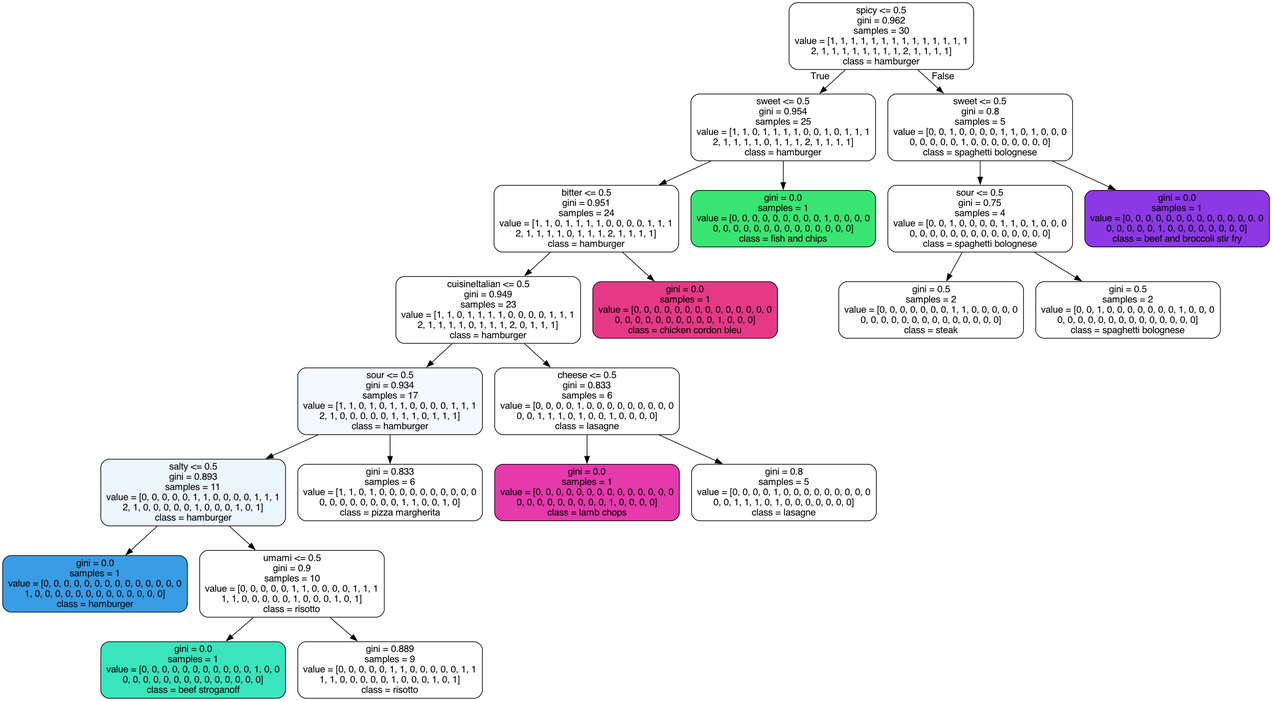
Earlier version of the Graphviz export iris_tree.png (PawelManczak/Food-Akinator). Its source is kept beside it as iris_tree.dot.
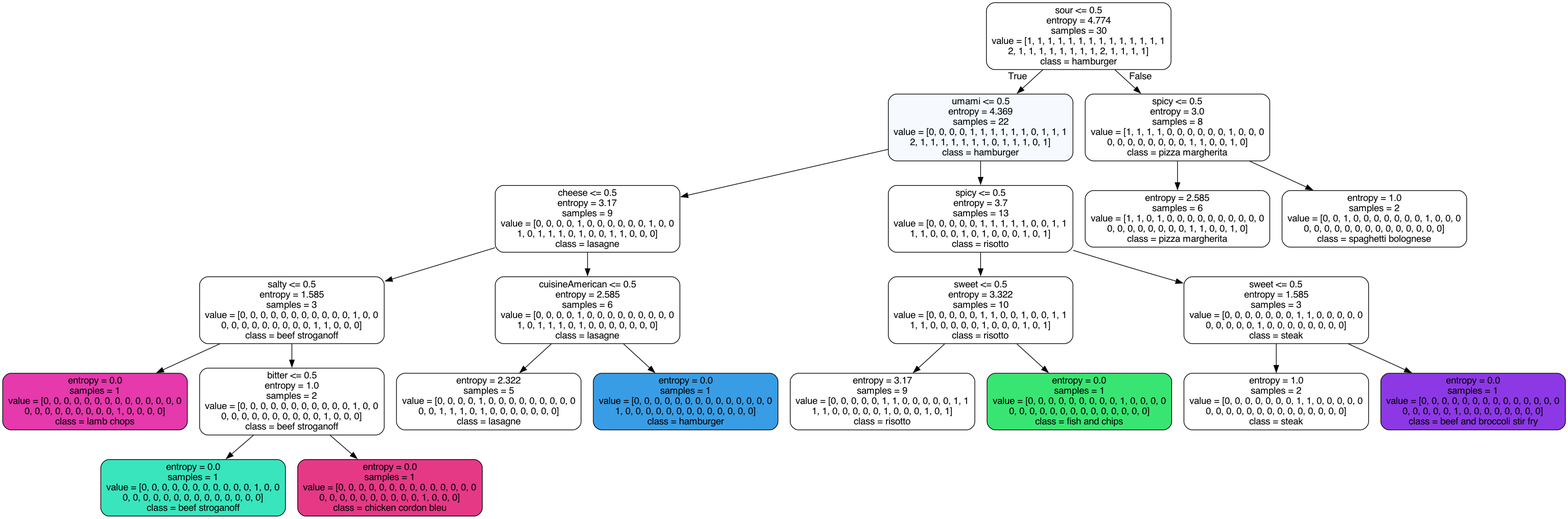
After the commit.

Commit message:
added entropy indicator

The edit, as a diff of the source:
```diff
@@ -1,45 +1,45 @@
 digraph Tree {
 node [shape=box, style="filled, rounded", color="black", fontname="helvetica"] ;
 edge [fontname="helvetica"] ;
-0 [label="spicy <= 0.5\ngini = 0.962\nsamples = 30\nvalue = [1, 1, 1, 1, 1, 1, 1, 1, 1, 1, 1, 1, 1, 1\n2, 1, 1, 1, 1, 1, 1, 1, 1, 2, 1, 1, 1, 1]\nclass = hamburger", fillcolor="#ffffff"] ;
-1 [label="sweet <= 0.5\ngini = 0.954\nsamples = 25\nvalue = [1, 1, 0, 1, 1, 1, 1, 0, 0, 1, 0, 1, 1, 1\n2, 1, 1, 1, 1, 0, 1, 1, 1, 2, 1, 1, 1, 1]\nclass = hamburger", fillcolor="#ffffff"] ;
+0 [label="sour <= 0.5\nentropy = 4.774\nsamples = 30\nvalue = [1, 1, 1, 1, 1, 1, 1, 1, 1, 1, 1, 1, 1, 1\n2, 1, 1, 1, 1, 1, 1, 1, 1, 2, 1, 1, 1, 1]\nclass = hamburger", fillcolor="#ffffff"] ;
+1 [label="umami <= 0.5\nentropy = 4.369\nsamples = 22\nvalue = [0, 0, 0, 0, 1, 1, 1, 1, 1, 1, 0, 1, 1, 1\n2, 1, 1, 1, 1, 1, 1, 1, 0, 1, 1, 1, 0, 1]\nclass = hamburger", fillcolor="#f6fafe"] ;
 0 -> 1 [labeldistance=2.5, labelangle=45, headlabel="True"] ;
-2 [label="bitter <= 0.5\ngini = 0.951\nsamples = 24\nvalue = [1, 1, 0, 1, 1, 1, 1, 0, 0, 0, 0, 1, 1, 1\n2, 1, 1, 1, 1, 0, 1, 1, 1, 2, 1, 1, 1, 1]\nclass = hamburger", fillcolor="#ffffff"] ;
+2 [label="cheese <= 0.5\nentropy = 3.17\nsamples = 9\nvalue = [0, 0, 0, 0, 1, 0, 0, 0, 0, 0, 0, 1, 0, 0\n1, 0, 1, 1, 1, 0, 1, 0, 0, 1, 1, 0, 0, 0]\nclass = lasagne", fillcolor="#ffffff"] ;
 1 -> 2 ;
-3 [label="cuisineItalian <= 0.5\ngini = 0.949\nsamples = 23\nvalue = [1, 1, 0, 1, 1, 1, 1, 0, 0, 0, 0, 1, 1, 1\n2, 1, 1, 1, 1, 0, 1, 1, 1, 2, 0, 1, 1, 1]\nclass = hamburger", fillcolor="#ffffff"] ;
+3 [label="salty <= 0.5\nentropy = 1.585\nsamples = 3\nvalue = [0, 0, 0, 0, 0, 0, 0, 0, 0, 0, 0, 1, 0, 0\n0, 0, 0, 0, 0, 0, 0, 0, 0, 1, 1, 0, 0, 0]\nclass = beef stroganoff", fillcolor="#ffffff"] ;
 2 -> 3 ;
-4 [label="sour <= 0.5\ngini = 0.934\nsamples = 17\nvalue = [1, 1, 0, 1, 0, 1, 1, 0, 0, 0, 0, 1, 1, 1\n2, 1, 0, 0, 0, 0, 0, 1, 1, 1, 0, 1, 1, 1]\nclass = hamburger", fillcolor="#f3f9fd"] ;
+4 [label="entropy = 0.0\nsamples = 1\nvalue = [0, 0, 0, 0, 0, 0, 0, 0, 0, 0, 0, 0, 0, 0\n0, 0, 0, 0, 0, 0, 0, 0, 0, 1, 0, 0, 0, 0]\nclass = lamb chops", fillcolor="#e539ac"] ;
 3 -> 4 ;
-5 [label="cheese <= 0.5\ngini = 0.893\nsamples = 11\nvalue = [0, 0, 0, 0, 0, 1, 1, 0, 0, 0, 0, 1, 1, 1\n2, 1, 0, 0, 0, 0, 0, 1, 0, 0, 0, 1, 0, 1]\nclass = hamburger", fillcolor="#ebf5fc"] ;
-4 -> 5 ;
-6 [label="umami <= 0.5\ngini = 0.9\nsamples = 10\nvalue = [0, 0, 0, 0, 0, 1, 1, 0, 0, 0, 0, 1, 1, 1\n1, 1, 0, 0, 0, 0, 0, 1, 0, 0, 0, 1, 0, 1]\nclass = risotto", fillcolor="#ffffff"] ;
+5 [label="bitter <= 0.5\nentropy = 1.0\nsamples = 2\nvalue = [0, 0, 0, 0, 0, 0, 0, 0, 0, 0, 0, 1, 0, 0\n0, 0, 0, 0, 0, 0, 0, 0, 0, 0, 1, 0, 0, 0]\nclass = beef stroganoff", fillcolor="#ffffff"] ;
+3 -> 5 ;
+6 [label="entropy = 0.0\nsamples = 1\nvalue = [0, 0, 0, 0, 0, 0, 0, 0, 0, 0, 0, 1, 0, 0\n0, 0, 0, 0, 0, 0, 0, 0, 0, 0, 0, 0, 0, 0]\nclass = beef stroganoff", fillcolor="#39e5bd"] ;
 5 -> 6 ;
-7 [label="gini = 0.0\nsamples = 1\nvalue = [0, 0, 0, 0, 0, 0, 0, 0, 0, 0, 0, 1, 0, 0\n0, 0, 0, 0, 0, 0, 0, 0, 0, 0, 0, 0, 0, 0]\nclass = beef stroganoff", fillcolor="#39e5bd"] ;
-6 -> 7 ;
-8 [label="gini = 0.889\nsamples = 9\nvalue = [0, 0, 0, 0, 0, 1, 1, 0, 0, 0, 0, 0, 1, 1\n1, 1, 0, 0, 0, 0, 0, 1, 0, 0, 0, 1, 0, 1]\nclass = risotto", fillcolor="#ffffff"] ;
-6 -> 8 ;
-9 [label="gini = 0.0\nsamples = 1\nvalue = [0, 0, 0, 0, 0, 0, 0, 0, 0, 0, 0, 0, 0, 0\n1, 0, 0, 0, 0, 0, 0, 0, 0, 0, 0, 0, 0, 0]\nclass = hamburger", fillcolor="#399de5"] ;
-5 -> 9 ;
-10 [label="gini = 0.833\nsamples = 6\nvalue = [1, 1, 0, 1, 0, 0, 0, 0, 0, 0, 0, 0, 0, 0\n0, 0, 0, 0, 0, 0, 0, 0, 1, 1, 0, 0, 1, 0]\nclass = pizza margherita", fillcolor="#ffffff"] ;
-4 -> 10 ;
-11 [label="cheese <= 0.5\ngini = 0.833\nsamples = 6\nvalue = [0, 0, 0, 0, 1, 0, 0, 0, 0, 0, 0, 0, 0, 0\n0, 0, 1, 1, 1, 0, 1, 0, 0, 1, 0, 0, 0, 0]\nclass = lasagne", fillcolor="#ffffff"] ;
-3 -> 11 ;
-12 [label="gini = 0.0\nsamples = 1\nvalue = [0, 0, 0, 0, 0, 0, 0, 0, 0, 0, 0, 0, 0, 0\n0, 0, 0, 0, 0, 0, 0, 0, 0, 1, 0, 0, 0, 0]\nclass = lamb chops", fillcolor="#e539ac"] ;
+7 [label="entropy = 0.0\nsamples = 1\nvalue = [0, 0, 0, 0, 0, 0, 0, 0, 0, 0, 0, 0, 0, 0\n0, 0, 0, 0, 0, 0, 0, 0, 0, 0, 1, 0, 0, 0]\nclass = chicken cordon bleu", fillcolor="#e53986"] ;
+5 -> 7 ;
+8 [label="cuisineAmerican <= 0.5\nentropy = 2.585\nsamples = 6\nvalue = [0, 0, 0, 0, 1, 0, 0, 0, 0, 0, 0, 0, 0, 0\n1, 0, 1, 1, 1, 0, 1, 0, 0, 0, 0, 0, 0, 0]\nclass = lasagne", fillcolor="#ffffff"] ;
+2 -> 8 ;
+9 [label="entropy = 2.322\nsamples = 5\nvalue = [0, 0, 0, 0, 1, 0, 0, 0, 0, 0, 0, 0, 0, 0\n0, 0, 1, 1, 1, 0, 1, 0, 0, 0, 0, 0, 0, 0]\nclass = lasagne", fillcolor="#ffffff"] ;
+8 -> 9 ;
+10 [label="entropy = 0.0\nsamples = 1\nvalue = [0, 0, 0, 0, 0, 0, 0, 0, 0, 0, 0, 0, 0, 0\n1, 0, 0, 0, 0, 0, 0, 0, 0, 0, 0, 0, 0, 0]\nclass = hamburger", fillcolor="#399de5"] ;
+8 -> 10 ;
+11 [label="spicy <= 0.5\nentropy = 3.7\nsamples = 13\nvalue = [0, 0, 0, 0, 0, 1, 1, 1, 1, 1, 0, 0, 1, 1\n1, 1, 0, 0, 0, 1, 0, 1, 0, 0, 0, 1, 0, 1]\nclass = risotto", fillcolor="#ffffff"] ;
+1 -> 11 ;
+12 [label="sweet <= 0.5\nentropy = 3.322\nsamples = 10\nvalue = [0, 0, 0, 0, 0, 1, 1, 0, 0, 1, 0, 0, 1, 1\n1, 1, 0, 0, 0, 0, 0, 1, 0, 0, 0, 1, 0, 1]\nclass = risotto", fillcolor="#ffffff"] ;
 11 -> 12 ;
-13 [label="gini = 0.8\nsamples = 5\nvalue = [0, 0, 0, 0, 1, 0, 0, 0, 0, 0, 0, 0, 0, 0\n0, 0, 1, 1, 1, 0, 1, 0, 0, 0, 0, 0, 0, 0]\nclass = lasagne", fillcolor="#ffffff"] ;
-11 -> 13 ;
-14 [label="gini = 0.0\nsamples = 1\nvalue = [0, 0, 0, 0, 0, 0, 0, 0, 0, 0, 0, 0, 0, 0\n0, 0, 0, 0, 0, 0, 0, 0, 0, 0, 1, 0, 0, 0]\nclass = chicken cordon bleu", fillcolor="#e53986"] ;
-2 -> 14 ;
-15 [label="gini = 0.0\nsamples = 1\nvalue = [0, 0, 0, 0, 0, 0, 0, 0, 0, 1, 0, 0, 0, 0\n0, 0, 0, 0, 0, 0, 0, 0, 0, 0, 0, 0, 0, 0]\nclass = fish and chips", fillcolor="#39e572"] ;
-1 -> 15 ;
-16 [label="sweet <= 0.5\ngini = 0.8\nsamples = 5\nvalue = [0, 0, 1, 0, 0, 0, 0, 1, 1, 0, 1, 0, 0, 0\n0, 0, 0, 0, 0, 1, 0, 0, 0, 0, 0, 0, 0, 0]\nclass = spaghetti bolognese", fillcolor="#ffffff"] ;
-0 -> 16 [labeldistance=2.5, labelangle=-45, headlabel="False"] ;
-17 [label="sour <= 0.5\ngini = 0.75\nsamples = 4\nvalue = [0, 0, 1, 0, 0, 0, 0, 1, 1, 0, 1, 0, 0, 0\n0, 0, 0, 0, 0, 0, 0, 0, 0, 0, 0, 0, 0, 0]\nclass = spaghetti bolognese", fillcolor="#ffffff"] ;
-16 -> 17 ;
-18 [label="gini = 0.5\nsamples = 2\nvalue = [0, 0, 0, 0, 0, 0, 0, 1, 1, 0, 0, 0, 0, 0\n0, 0, 0, 0, 0, 0, 0, 0, 0, 0, 0, 0, 0, 0]\nclass = steak", fillcolor="#ffffff"] ;
-17 -> 18 ;
-19 [label="gini = 0.5\nsamples = 2\nvalue = [0, 0, 1, 0, 0, 0, 0, 0, 0, 0, 1, 0, 0, 0\n0, 0, 0, 0, 0, 0, 0, 0, 0, 0, 0, 0, 0, 0]\nclass = spaghetti bolognese", fillcolor="#ffffff"] ;
-17 -> 19 ;
-20 [label="gini = 0.0\nsamples = 1\nvalue = [0, 0, 0, 0, 0, 0, 0, 0, 0, 0, 0, 0, 0, 0\n0, 0, 0, 0, 0, 1, 0, 0, 0, 0, 0, 0, 0, 0]\nclass = beef and broccoli stir fry", fillcolor="#8c39e5"] ;
-16 -> 20 ;
+13 [label="entropy = 3.17\nsamples = 9\nvalue = [0, 0, 0, 0, 0, 1, 1, 0, 0, 0, 0, 0, 1, 1\n1, 1, 0, 0, 0, 0, 0, 1, 0, 0, 0, 1, 0, 1]\nclass = risotto", fillcolor="#ffffff"] ;
+12 -> 13 ;
+14 [label="entropy = 0.0\nsamples = 1\nvalue = [0, 0, 0, 0, 0, 0, 0, 0, 0, 1, 0, 0, 0, 0\n0, 0, 0, 0, 0, 0, 0, 0, 0, 0, 0, 0, 0, 0]\nclass = fish and chips", fillcolor="#39e572"] ;
+12 -> 14 ;
+15 [label="sweet <= 0.5\nentropy = 1.585\nsamples = 3\nvalue = [0, 0, 0, 0, 0, 0, 0, 1, 1, 0, 0, 0, 0, 0\n0, 0, 0, 0, 0, 1, 0, 0, 0, 0, 0, 0, 0, 0]\nclass = steak", fillcolor="#ffffff"] ;
+11 -> 15 ;
+16 [label="entropy = 1.0\nsamples = 2\nvalue = [0, 0, 0, 0, 0, 0, 0, 1, 1, 0, 0, 0, 0, 0\n0, 0, 0, 0, 0, 0, 0, 0, 0, 0, 0, 0, 0, 0]\nclass = steak", fillcolor="#ffffff"] ;
+15 -> 16 ;
+17 [label="entropy = 0.0\nsamples = 1\nvalue = [0, 0, 0, 0, 0, 0, 0, 0, 0, 0, 0, 0, 0, 0\n0, 0, 0, 0, 0, 1, 0, 0, 0, 0, 0, 0, 0, 0]\nclass = beef and broccoli stir fry", fillcolor="#8c39e5"] ;
+15 -> 17 ;
+18 [label="spicy <= 0.5\nentropy = 3.0\nsamples = 8\nvalue = [1, 1, 1, 1, 0, 0, 0, 0, 0, 0, 1, 0, 0, 0\n0, 0, 0, 0, 0, 0, 0, 0, 1, 1, 0, 0, 1, 0]\nclass = pizza margherita", fillcolor="#ffffff"] ;
+0 -> 18 [labeldistance=2.5, labelangle=-45, headlabel="False"] ;
+19 [label="entropy = 2.585\nsamples = 6\nvalue = [1, 1, 0, 1, 0, 0, 0, 0, 0, 0, 0, 0, 0, 0\n0, 0, 0, 0, 0, 0, 0, 0, 1, 1, 0, 0, 1, 0]\nclass = pizza margherita", fillcolor="#ffffff"] ;
+18 -> 19 ;
+20 [label="entropy = 1.0\nsamples = 2\nvalue = [0, 0, 1, 0, 0, 0, 0, 0, 0, 0, 1, 0, 0, 0\n0, 0, 0, 0, 0, 0, 0, 0, 0, 0, 0, 0, 0, 0]\nclass = spaghetti bolognese", fillcolor="#ffffff"] ;
+18 -> 20 ;
 }
```
